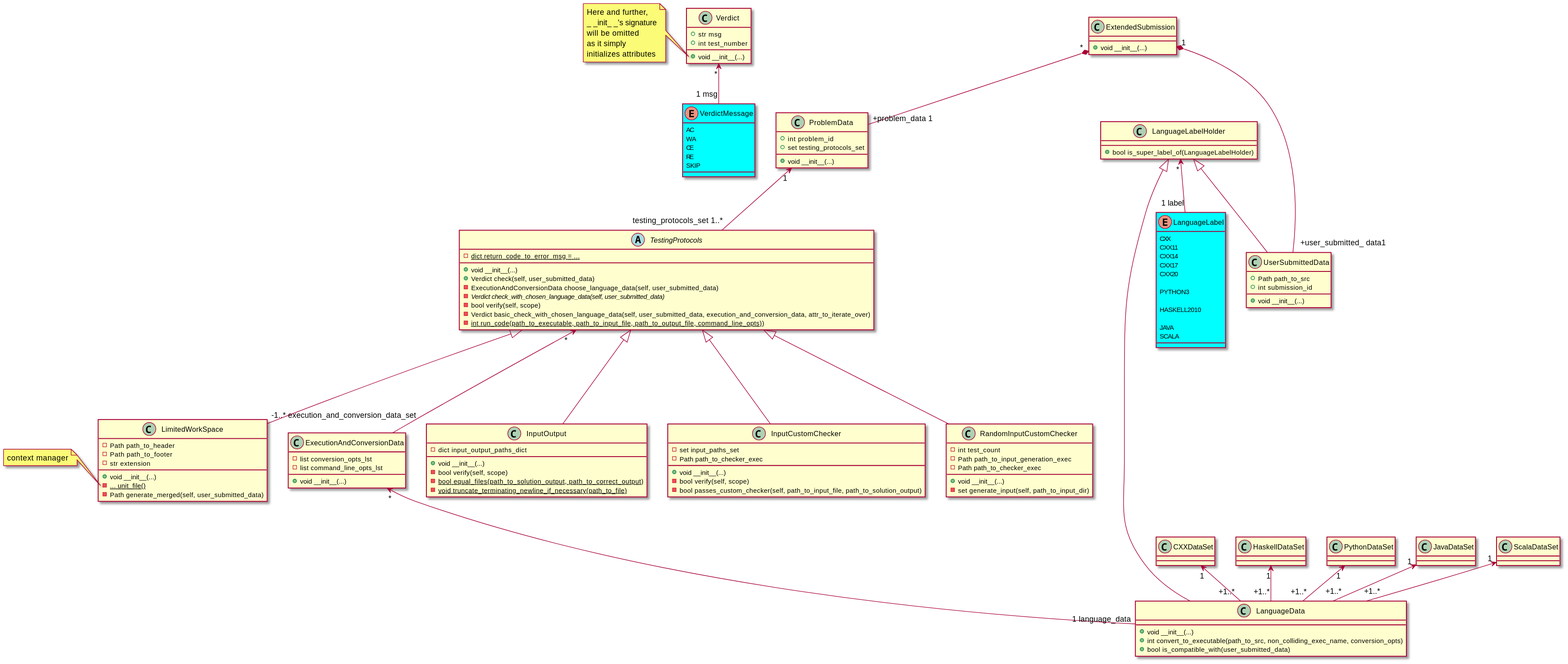
Before: TestingSystem/TestingProtocols/Class_TestingProtocols.svg, a diagram exported from PlantUML (IgorZhiltsoff/TPy_project).
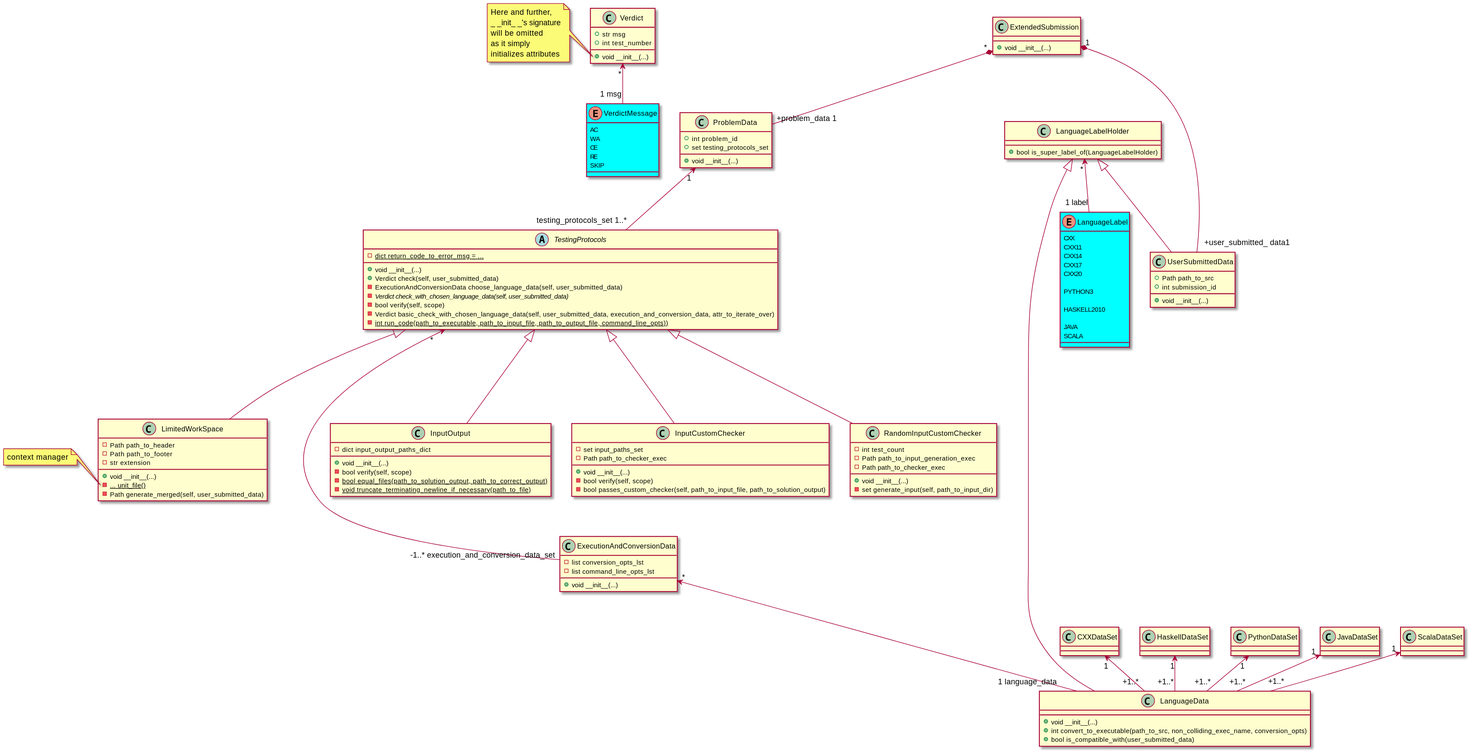
After the change.

Commit message:
Got rid of subprocess where possible in testing_protocols

Change to the diagram source:
```diff
@@ -97,7 +97,7 @@
 }
 
 ExecutionAndConversionData "*" <--- "1 language_data" LanguageData
-TestingProtocols "*" <--- "-1..* execution_and_conversion_data_set" ExecutionAndConversionData
+TestingProtocols "*" <---- "-1..* execution_and_conversion_data_set" ExecutionAndConversionData
 
 
 abstract class TestingProtocols {
```
